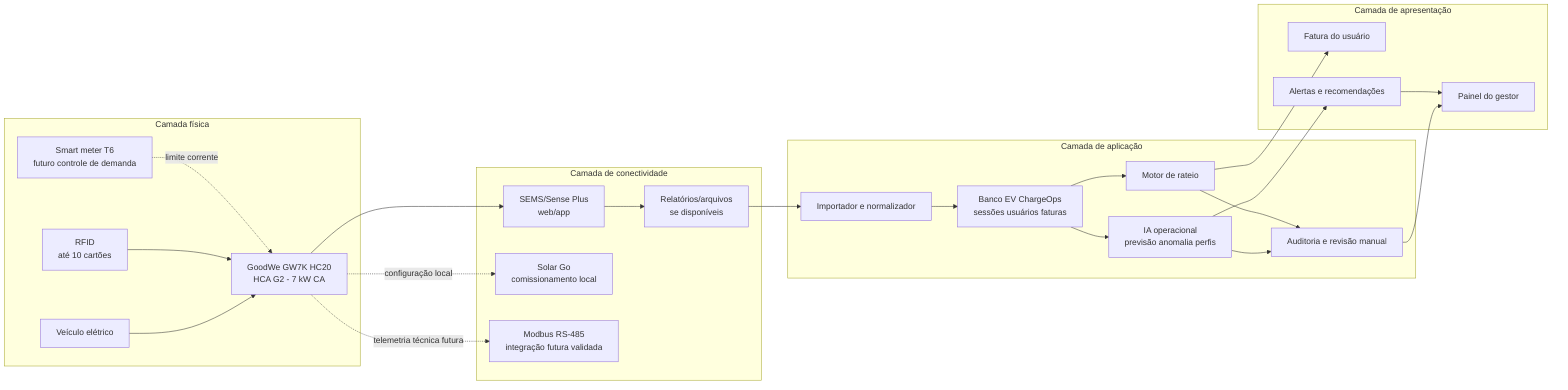
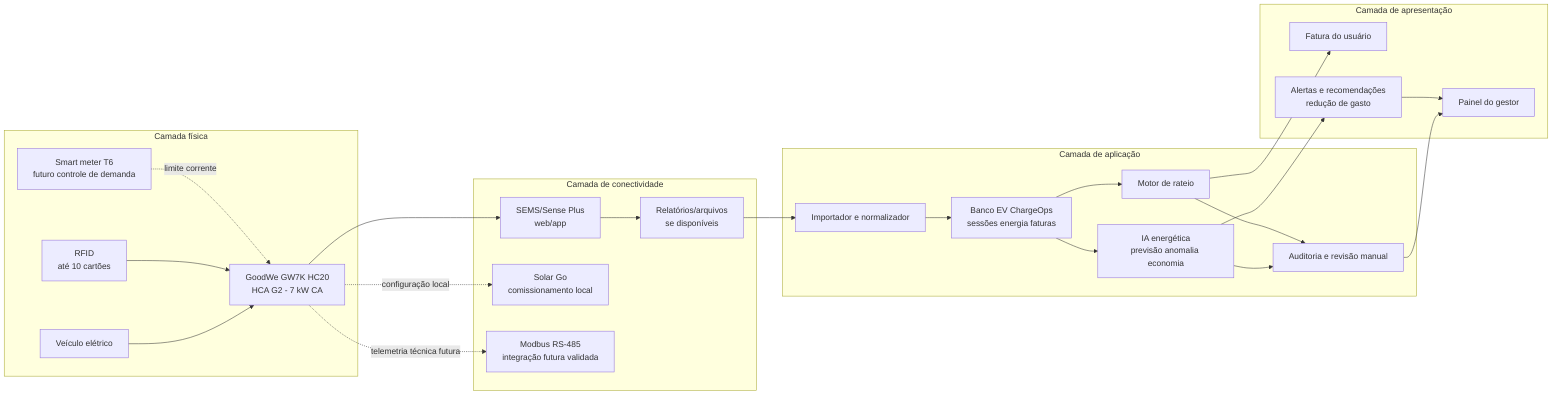
flowchart LR
  subgraph Fisica["Camada física"]
    EV["Veículo elétrico"]
    CHG["GoodWe GW7K HC20\nHCA G2 - 7 kW CA"]
    RFID["RFID\naté 10 cartões"]
    METER["Smart meter T6\nfuturo controle de demanda"]
  end

  subgraph Conectividade["Camada de conectividade"]
    SENSE["SEMS/Sense Plus\nweb/app"]
    SOLAR["Solar Go\ncomissionamento local"]
    MODBUS["Modbus RS-485\nintegração futura validada"]
    EXPORT["Relatórios/arquivos\nse disponíveis"]
  end

  subgraph Aplicacao["Camada de aplicação"]
    IMPORT["Importador e normalizador"]
-     DB["Banco EV ChargeOps\nsessões usuários faturas"]
+     DB["Banco EV ChargeOps\nsessões energia faturas"]
    RATEIO["Motor de rateio"]
-     AI["IA operacional\nprevisão anomalia perfis"]
+     AI["IA energética\nprevisão anomalia economia"]
    AUDIT["Auditoria e revisão manual"]
  end

  subgraph Interfaces["Camada de apresentação"]
    MANAGER["Painel do gestor"]
    USER["Fatura do usuário"]
-     ALERTS["Alertas e recomendações"]
+     ALERTS["Alertas e recomendações\nredução de gasto"]
  end

  EV --> CHG
  RFID --> CHG
  METER -. limite corrente .-> CHG
  CHG --> SENSE
  CHG -. configuração local .-> SOLAR
  CHG -. telemetria técnica futura .-> MODBUS
  SENSE --> EXPORT
  EXPORT --> IMPORT
  IMPORT --> DB
  DB --> RATEIO
  DB --> AI
  AI --> AUDIT
  RATEIO --> AUDIT
  AUDIT --> MANAGER
  RATEIO --> USER
  AI --> ALERTS
  ALERTS --> MANAGER
